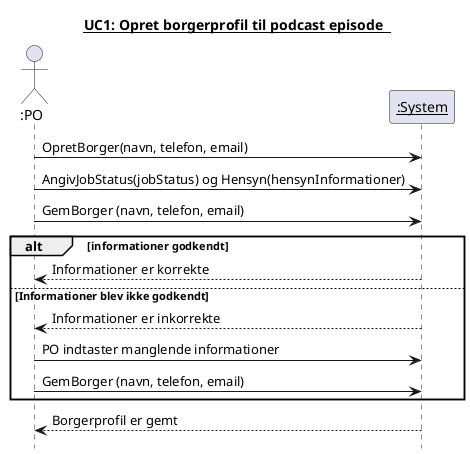
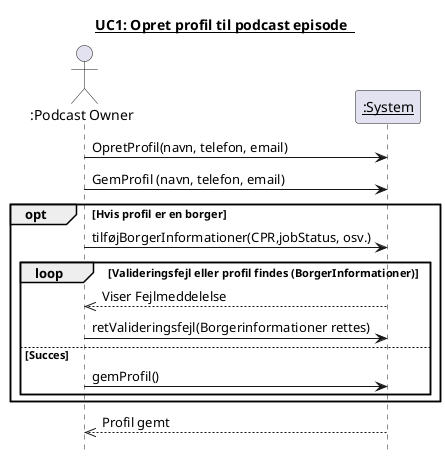
@startuml SSD
- title <u>UC1: Opret borgerprofil til podcast episode  </u>
+ title <u>UC1: Opret profil til podcast episode  </u>

- Actor ":PO" as PO
+ Actor ":Podcast Owner" as PO
participant "<u>:System</u>" as System

- PO -> System: OpretBorger(navn, telefon, email)
- PO -> System: AngivJobStatus(jobStatus) og Hensyn(hensynInformationer)
- PO -> System: GemBorger (navn, telefon, email)
+ PO -> System: OpretProfil(navn, telefon, email)

- alt informationer godkendt
- System --> PO: Informationer er korrekte
+ PO -> System: GemProfil (navn, telefon, email)

- else Informationer blev ikke godkendt
+ opt Hvis profil er en borger
+     PO -> System: tilføjBorgerInformationer(CPR,jobStatus, osv.)

- System --> PO: Informationer er inkorrekte
- PO -> System: PO indtaster manglende informationer
- PO -> System: GemBorger (navn, telefon, email)
+     loop Valideringsfejl eller profil findes (BorgerInformationer)
+         System -->> PO: Viser Fejlmeddelelse
+         PO -> System: retValideringsfejl(Borgerinformationer rettes)
+     else Succes
+         PO -> System: gemProfil()
+ 
+     end
end
- System --> PO: Borgerprofil er gemt
+ 
+ System -->> PO: Profil gemt


hide footbox

@enduml